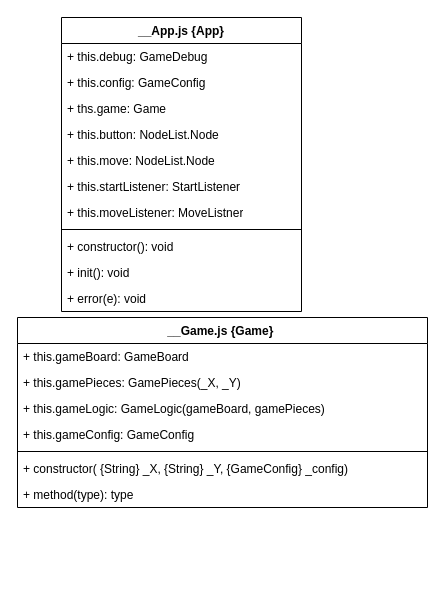
Above: _documentation/Untitled Diagram.drawio in Code-Institute-Submissions/terni-lapilli--toe (draw.io), before the change. Source tidied: cells renumbered, new cells numbered last; positions are measured from the earlier drawing's top-left corner, leaving out a move shared by most shapes. Both pictures are drawn from the tidied source at 100%, with x=0, y=0 at pixel (17, 17).
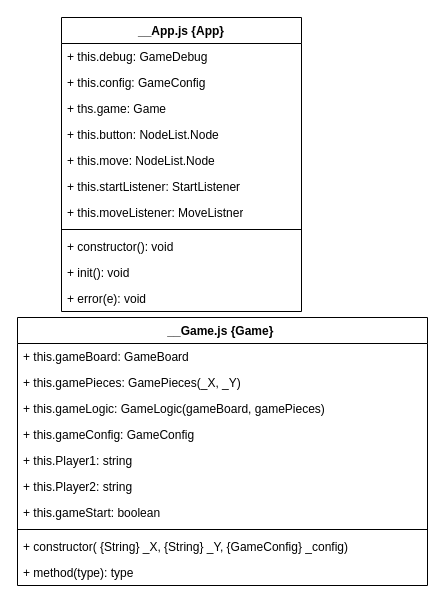
The same page after the edit.

Commit message:
Tic Tac Toe Class Diagram

Change to the diagram source:
```diff
@@
     <mxCell id="14" value="__Game.js {Game}&amp;nbsp;" style="swimlane;fontStyle=1;align=center;verticalAlign=top;horizontal=1;startSize=26;whiteSpace=wrap;html=1;" parent="1" vertex="1">
-      <mxGeometry y="300" width="410" height="190" as="geometry" />
+      <mxGeometry y="300" width="410" height="268" as="geometry" />
     </mxCell>
@@
+    <mxCell id="22" value="+ this.Player1: string" style="text;strokeColor=none;fillColor=none;align=left;verticalAlign=top;spacingLeft=4;spacingRight=4;overflow=hidden;whiteSpace=wrap;html=1;" parent="14" vertex="1">
+      <mxGeometry y="130" width="410" height="26" as="geometry" />
+    </mxCell>
+    <mxCell id="23" value="+ this.Player2: string" style="text;strokeColor=none;fillColor=none;align=left;verticalAlign=top;spacingLeft=4;spacingRight=4;overflow=hidden;whiteSpace=wrap;html=1;" parent="14" vertex="1">
+      <mxGeometry y="156" width="410" height="26" as="geometry" />
+    </mxCell>
+    <mxCell id="24" value="+ this.gameStart: boolean" style="text;strokeColor=none;fillColor=none;align=left;verticalAlign=top;spacingLeft=4;spacingRight=4;overflow=hidden;whiteSpace=wrap;html=1;" parent="14" vertex="1">
+      <mxGeometry y="182" width="410" height="26" as="geometry" />
+    </mxCell>
     <mxCell id="19" style="line;strokeWidth=1;fillColor=none;align=left;verticalAlign=middle;spacingTop=-1;spacingLeft=3;spacingRight=3;labelPosition=right;strokeColor=inherit;" parent="14" vertex="1">
-      <mxGeometry y="130" width="410" height="8" as="geometry" />
+      <mxGeometry y="208" width="410" height="8" as="geometry" />
     </mxCell>
     <mxCell id="20" value="+ constructor( {String} _X, {String} _Y, {GameConfig} _config)" style="text;strokeColor=none;fillColor=none;align=left;verticalAlign=top;spacingLeft=4;spacingRight=4;overflow=hidden;whiteSpace=wrap;html=1;" parent="14" vertex="1">
-      <mxGeometry y="138" width="410" height="26" as="geometry" />
+      <mxGeometry y="216" width="410" height="26" as="geometry" />
     </mxCell>
     <mxCell id="21" value="+ method(type): type" style="text;strokeColor=none;fillColor=none;align=left;verticalAlign=top;spacingLeft=4;spacingRight=4;overflow=hidden;whiteSpace=wrap;html=1;" parent="14" vertex="1">
-      <mxGeometry y="164" width="410" height="26" as="geometry" />
+      <mxGeometry y="242" width="410" height="26" as="geometry" />
     </mxCell>
```
